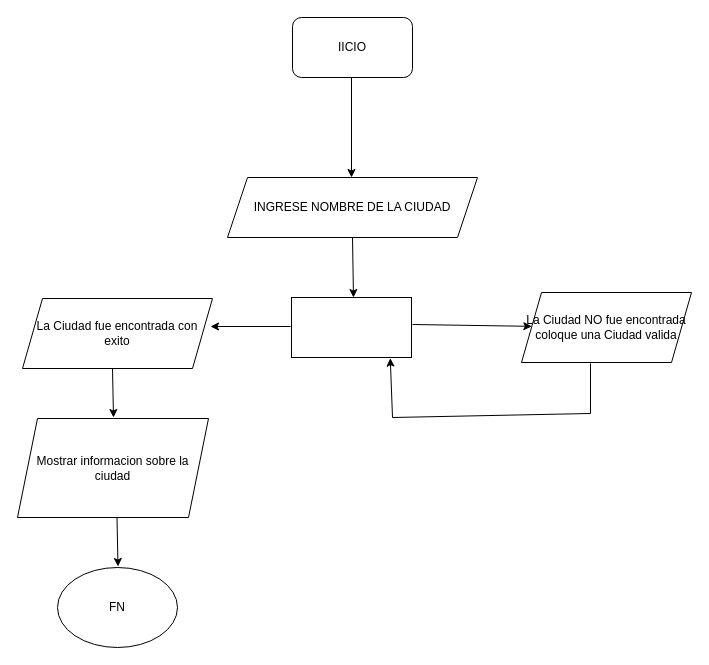
Earlier version of the draw.io diagram page "Diagrama_Ciudades_Dorian" (1 of 2) of Diagrama_Dorian.drawio (dorian2023/Diagrama_Dorian). Source tidied: cells renumbered, new cells numbered last; positions are measured from the earlier drawing's top-left corner, leaving out a move shared by most shapes. Both pictures are drawn from the tidied source at 100%, with x=0, y=0 at pixel (17, 17).
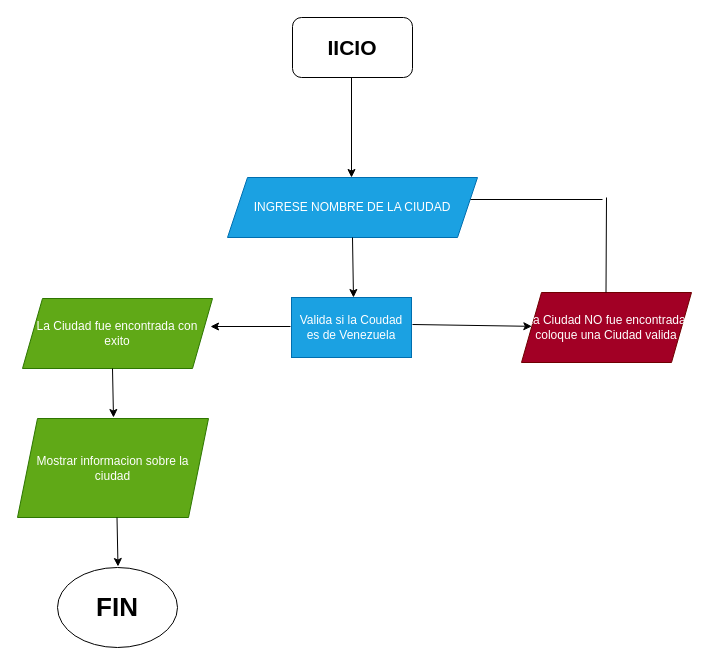
After the change.

Diff of the diagram source:
```diff
@@
-    <mxCell id="2" value="IICIO" style="rounded=1;whiteSpace=wrap;html=1;" parent="1" vertex="1">
+    <mxCell id="2" value="&lt;font style=&quot;vertical-align: inherit; font-size: 21px;&quot;&gt;&lt;font style=&quot;vertical-align: inherit; font-size: 21px;&quot;&gt;IICIO&lt;/font&gt;&lt;/font&gt;" style="rounded=1;whiteSpace=wrap;html=1;fontStyle=1;fontSize=21;" parent="1" vertex="1">
       <mxGeometry x="275" width="120" height="60" as="geometry" />
     </mxCell>
@@
-    <mxCell id="4" value="INGRESE NOMBRE DE LA CIUDAD" style="shape=parallelogram;perimeter=parallelogramPerimeter;whiteSpace=wrap;html=1;fixedSize=1;" parent="1" vertex="1">
+    <mxCell id="4" value="INGRESE NOMBRE DE LA CIUDAD" style="shape=parallelogram;perimeter=parallelogramPerimeter;whiteSpace=wrap;html=1;fixedSize=1;fillColor=#1ba1e2;fontColor=#ffffff;strokeColor=#006EAF;" parent="1" vertex="1">
       <mxGeometry x="210" y="160" width="250" height="60" as="geometry" />
     </mxCell>
-    <mxCell id="5" style="rounded=0;whiteSpace=wrap;html=1;" parent="1" vertex="1">
+    <mxCell id="5" value="Valida si la Coudad es de Venezuela" style="rounded=0;whiteSpace=wrap;html=1;fillColor=#1ba1e2;fontColor=#ffffff;strokeColor=#006EAF;" parent="1" vertex="1">
       <mxGeometry x="274" y="280" width="120" height="60" as="geometry" />
     </mxCell>
@@
-    <mxCell id="8" value="La Ciudad fue encontrada con exito" style="shape=parallelogram;perimeter=parallelogramPerimeter;whiteSpace=wrap;html=1;fixedSize=1;" parent="1" vertex="1">
+    <mxCell id="8" value="La Ciudad fue encontrada con exito" style="shape=parallelogram;perimeter=parallelogramPerimeter;whiteSpace=wrap;html=1;fixedSize=1;fillColor=#60a917;fontColor=#ffffff;strokeColor=#2D7600;" parent="1" vertex="1">
       <mxGeometry x="5" y="281" width="190" height="70" as="geometry" />
     </mxCell>
-    <mxCell id="9" value="La Ciudad NO fue encontrada coloque una Ciudad valida" style="shape=parallelogram;perimeter=parallelogramPerimeter;whiteSpace=wrap;html=1;fixedSize=1;" parent="1" vertex="1">
+    <mxCell id="9" value="La Ciudad NO fue encontrada coloque una Ciudad valida" style="shape=parallelogram;perimeter=parallelogramPerimeter;whiteSpace=wrap;html=1;fixedSize=1;fillColor=#a20025;fontColor=#ffffff;strokeColor=#6F0000;" parent="1" vertex="1">
       <mxGeometry x="504" y="275" width="170" height="70" as="geometry" />
     </mxCell>
@@
-    <mxCell id="11" value="Mostrar informacion sobre la ciudad" style="shape=parallelogram;perimeter=parallelogramPerimeter;whiteSpace=wrap;html=1;fixedSize=1;" parent="1" vertex="1">
+    <mxCell id="11" value="Mostrar informacion sobre la ciudad" style="shape=parallelogram;perimeter=parallelogramPerimeter;whiteSpace=wrap;html=1;fixedSize=1;fillColor=#60a917;fontColor=#ffffff;strokeColor=#2D7600;" parent="1" vertex="1">
       <mxGeometry y="401" width="191" height="99" as="geometry" />
     </mxCell>
-    <mxCell id="12" value="FN" style="ellipse;whiteSpace=wrap;html=1;" parent="1" vertex="1">
+    <mxCell id="12" value="&lt;font style=&quot;vertical-align: inherit; font-size: 26px;&quot;&gt;&lt;font style=&quot;vertical-align: inherit; font-size: 26px;&quot;&gt;FIN&lt;/font&gt;&lt;/font&gt;" style="ellipse;whiteSpace=wrap;html=1;fontSize=26;fontStyle=1;" parent="1" vertex="1">
       <mxGeometry x="40" y="550" width="120" height="80" as="geometry" />
     </mxCell>
     <mxCell id="13" style="endArrow=none;html=1;rounded=0;" parent="1" edge="1">
       <mxGeometry relative="1" as="geometry">
-        <mxPoint x="573" y="396" as="sourcePoint" />
-        <mxPoint x="573" y="346" as="targetPoint" />
+        <mxPoint x="588.5" y="275" as="sourcePoint" />
+        <mxPoint x="589" y="180" as="targetPoint" />
       </mxGeometry>
     </mxCell>
     <mxCell id="14" style="endArrow=none;html=1;rounded=0;" parent="1" edge="1">
       <mxGeometry relative="1" as="geometry">
-        <mxPoint x="375" y="400" as="sourcePoint" />
-        <mxPoint x="573" y="396" as="targetPoint" />
+        <mxPoint x="453" y="182" as="sourcePoint" />
+        <mxPoint x="585" y="182" as="targetPoint" />
       </mxGeometry>
     </mxCell>
-    <mxCell id="15" style="endArrow=classic;html=1;rounded=0;entryX=0.823;entryY=1.011;entryDx=0;entryDy=0;entryPerimeter=0;" parent="1" edge="1" target="5">
-      <mxGeometry relative="1" as="geometry">
-        <mxPoint x="375" y="400" as="sourcePoint" />
-      </mxGeometry>
-    </mxCell>
```
